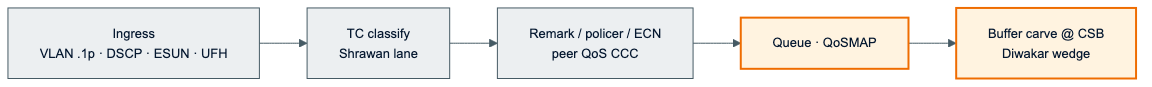
Before: assets/diagrams/b6/b6-slide04-qos-stitch.png, a diagram exported from Mermaid (upscale-ai-network/agent-template). Its source is kept beside it as assets/diagrams/b6/b6-slide04-qos-stitch.mmd. Source of this version:
```mermaid
%%{init: {'theme': 'base', 'themeVariables': { 'fontSize': '13px'}}}%%
flowchart LR
  IN["Ingress<br/>VLAN .1p · DSCP · ESUN · UFH"]
  TC["TC classify<br/>Shrawan lane"]
  REM["Remark / policer / ECN<br/>peer QoS CCC"]
  Q["Queue · QoSMAP"]
  CSB["Buffer carve @ CSB<br/>Diwakar wedge"]

  IN --> TC --> REM --> Q --> CSB

  classDef peer fill:#ECEFF1,stroke:#455A64,color:#051830
  classDef lane fill:#FFF3E0,stroke:#EF6C00,color:#051830,stroke-width:2px

  class IN,TC,REM peer
  class Q,CSB lane
```
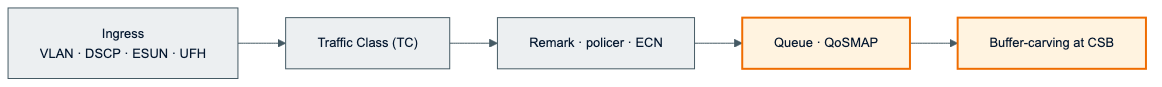
Later version of the same file.

The edit, as a diff of the source:
```diff
@@ -1,10 +1,10 @@
 %%{init: {'theme': 'base', 'themeVariables': { 'fontSize': '13px'}}}%%
 flowchart LR
-  IN["Ingress<br/>VLAN .1p · DSCP · ESUN · UFH"]
-  TC["TC classify<br/>Shrawan lane"]
-  REM["Remark / policer / ECN<br/>peer QoS CCC"]
+  IN["Ingress<br/>VLAN · DSCP · ESUN · UFH"]
+  TC["Traffic Class (TC)"]
+  REM["Remark · policer · ECN"]
   Q["Queue · QoSMAP"]
-  CSB["Buffer carve @ CSB<br/>Diwakar wedge"]
+  CSB["Buffer-carving at CSB"]
 
   IN --> TC --> REM --> Q --> CSB
 
```
